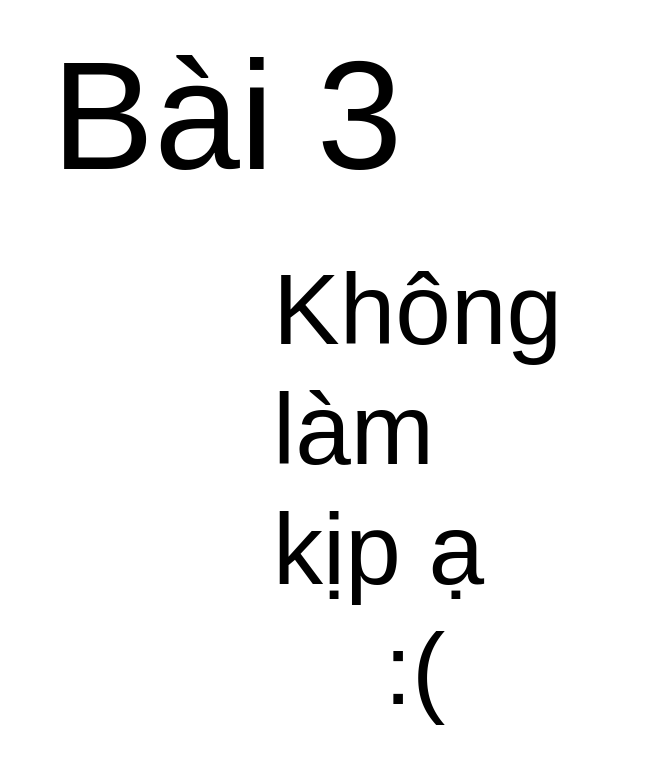
Earlier version of the draw.io diagram page "Trang-3" (3 of 3) of Biểu đồ không có tiêu đề.drawio (S0ra1n0/Database-learning). Source tidied: cells renumbered, new cells numbered last; positions are measured from the earlier drawing's top-left corner, leaving out a move shared by most shapes. Both pictures are drawn from the tidied source at 100%, with x=0, y=0 at pixel (37, 17).
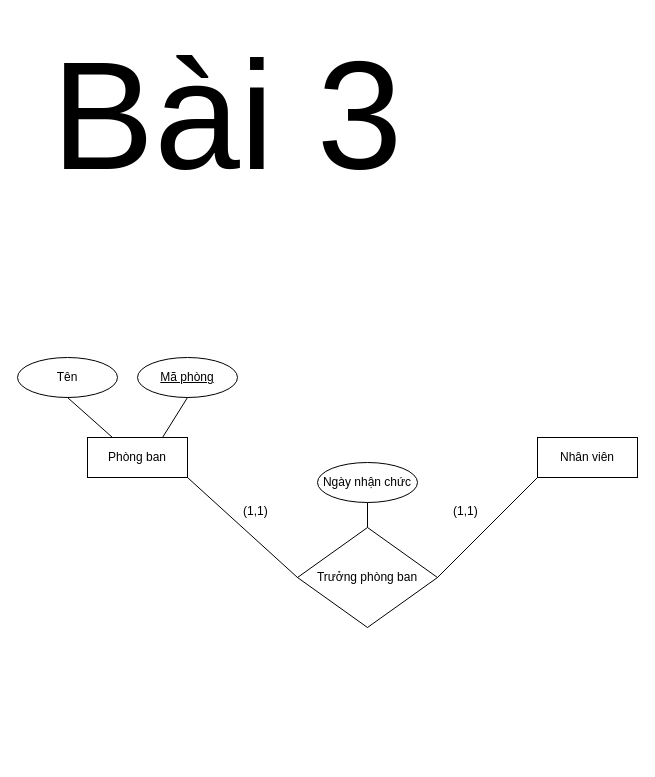
The same page after the edit.

Commit message:
Cập nhật Biểu đồ không có tiêu đề.drawio

Diff of the diagram source:
```diff
@@
 <mxGraphModel>
   <root>
     <mxCell id="0" />
     <mxCell id="1" parent="0" />
     <mxCell id="2" value="&lt;font style=&quot;font-size: 154px;&quot;&gt;Bài 3&lt;/font&gt;" style="text;strokeColor=none;fillColor=none;spacingLeft=4;spacingRight=4;overflow=hidden;fontSize=12;whiteSpace=wrap;html=1;align=center;" parent="1" vertex="1">
       <mxGeometry width="380" height="225" as="geometry" />
     </mxCell>
-    <mxCell id="3" value="&lt;font style=&quot;font-size: 100px;&quot;&gt;Không làm kịp ạ&amp;nbsp; &amp;nbsp; &amp;nbsp; &amp;nbsp; :(&lt;/font&gt;" style="text;strokeColor=none;fillColor=none;spacingLeft=4;spacingRight=4;overflow=hidden;fontSize=12;whiteSpace=wrap;html=1;" parent="1" vertex="1">
-      <mxGeometry x="230" y="225" width="320" height="515" as="geometry" />
-    </mxCell>
+    <mxCell id="4" value="Nhân viên" style="whiteSpace=wrap;html=1;align=center;" parent="1" vertex="1">
+      <mxGeometry x="500" y="420" width="100" height="40" as="geometry" />
+    </mxCell>
+    <mxCell id="5" value="Phòng ban" style="whiteSpace=wrap;html=1;align=center;" parent="1" vertex="1">
+      <mxGeometry x="50" y="420" width="100" height="40" as="geometry" />
+    </mxCell>
+    <mxCell id="6" value="Ngày nhận chức" style="ellipse;whiteSpace=wrap;html=1;align=center;" parent="1" vertex="1">
+      <mxGeometry x="280" y="445" width="100" height="40" as="geometry" />
+    </mxCell>
+    <mxCell id="7" value="Mã phòng" style="ellipse;whiteSpace=wrap;html=1;align=center;fontStyle=4;" parent="1" vertex="1">
+      <mxGeometry x="100" y="340" width="100" height="40" as="geometry" />
+    </mxCell>
+    <mxCell id="8" value="Tên" style="ellipse;whiteSpace=wrap;html=1;align=center;" parent="1" vertex="1">
+      <mxGeometry x="-20" y="340" width="100" height="40" as="geometry" />
+    </mxCell>
+    <mxCell id="9" value="Trưởng phòng ban" style="shape=rhombus;perimeter=rhombusPerimeter;whiteSpace=wrap;html=1;align=center;" parent="1" vertex="1">
+      <mxGeometry x="260" y="510" width="140" height="100" as="geometry" />
+    </mxCell>
+    <mxCell id="10" style="endArrow=none;html=1;rounded=0;entryX=0.75;entryY=0;entryDx=0;entryDy=0;exitX=0.5;exitY=1;exitDx=0;exitDy=0;" parent="1" edge="1" source="7" target="5">
+      <mxGeometry relative="1" as="geometry" />
+    </mxCell>
+    <mxCell id="11" style="endArrow=none;html=1;rounded=0;exitX=0.5;exitY=1;exitDx=0;exitDy=0;entryX=0.25;entryY=0;entryDx=0;entryDy=0;" parent="1" edge="1" source="8" target="5">
+      <mxGeometry relative="1" as="geometry" />
+    </mxCell>
+    <mxCell id="12" style="endArrow=none;html=1;rounded=0;entryX=0;entryY=1;entryDx=0;entryDy=0;exitX=1;exitY=0.5;exitDx=0;exitDy=0;" parent="1" edge="1" source="9" target="4">
+      <mxGeometry relative="1" as="geometry" />
+    </mxCell>
+    <mxCell id="13" style="endArrow=none;html=1;rounded=0;exitX=1;exitY=1;exitDx=0;exitDy=0;entryX=0;entryY=0.5;entryDx=0;entryDy=0;" parent="1" edge="1" source="5" target="9">
+      <mxGeometry relative="1" as="geometry" />
+    </mxCell>
+    <mxCell id="14" value="(1,1)" style="text;strokeColor=none;fillColor=none;spacingLeft=4;spacingRight=4;overflow=hidden;fontSize=12;whiteSpace=wrap;html=1;" parent="1" vertex="1">
+      <mxGeometry x="410" y="480" width="40" height="30" as="geometry" />
+    </mxCell>
+    <mxCell id="15" value="(1,1)" style="text;strokeColor=none;fillColor=none;spacingLeft=4;spacingRight=4;overflow=hidden;fontSize=12;whiteSpace=wrap;html=1;" parent="1" vertex="1">
+      <mxGeometry x="200" y="480" width="40" height="30" as="geometry" />
+    </mxCell>
+    <mxCell id="16" style="endArrow=none;html=1;rounded=0;entryX=0.5;entryY=0;entryDx=0;entryDy=0;exitX=0.5;exitY=1;exitDx=0;exitDy=0;" parent="1" edge="1" source="6" target="9">
+      <mxGeometry relative="1" as="geometry" />
+    </mxCell>
   </root>
 </mxGraphModel>
```
